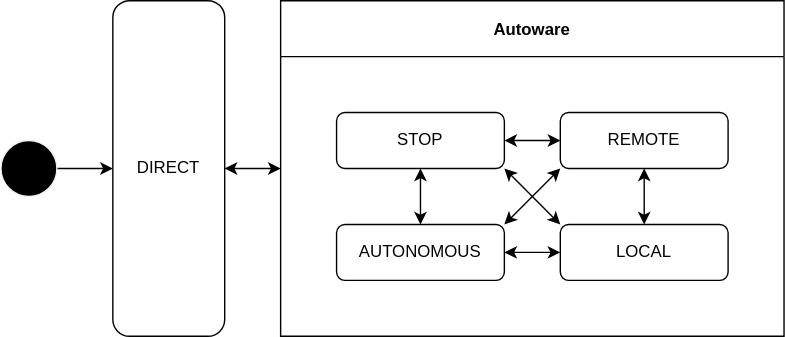
The draw.io diagram docs/design/autoware-interfaces/ad-api/features/operation-mode.drawio.svg in tier4/autoware-documentation, before a commit. Source tidied: cells renumbered, new cells last; positions are measured from the earlier drawing's top-left corner, leaving out a move shared by most shapes. Its diagram source:
```xml
<mxGraphModel>
  <root>
    <mxCell id="0" />
    <mxCell id="1" parent="0" />
    <mxCell id="2" style="edgeStyle=orthogonalEdgeStyle;rounded=0;jettySize=auto;html=1;" parent="1" edge="1" source="3" target="5">
      <mxGeometry relative="1" as="geometry" />
    </mxCell>
    <mxCell id="3" style="shape=ellipse;html=1;fillColor=#000000;fontSize=18;fontColor=#ffffff;strokeColor=#F0F0F0;" parent="1" vertex="1">
      <mxGeometry y="100" width="40" height="40" as="geometry" />
    </mxCell>
    <mxCell id="4" style="edgeStyle=none;html=1;entryX=0;entryY=0.5;entryDx=0;entryDy=0;startArrow=classic;startFill=1;" parent="1" edge="1" source="5" target="12">
      <mxGeometry relative="1" as="geometry" />
    </mxCell>
    <mxCell id="5" value="DIRECT" style="rounded=1;whiteSpace=wrap;html=1;" parent="1" vertex="1">
      <mxGeometry x="80" width="80" height="240" as="geometry" />
    </mxCell>
    <mxCell id="6" style="edgeStyle=none;html=1;entryX=1;entryY=0;entryDx=0;entryDy=0;startArrow=classic;startFill=1;exitX=0;exitY=1;exitDx=0;exitDy=0;" parent="1" edge="1" source="7" target="14">
      <mxGeometry relative="1" as="geometry" />
    </mxCell>
    <mxCell id="7" value="&lt;span&gt;REMOTE&lt;/span&gt;" style="rounded=1;whiteSpace=wrap;html=1;" parent="1" vertex="1">
      <mxGeometry x="400" y="80" width="120" height="40" as="geometry" />
    </mxCell>
    <mxCell id="8" style="edgeStyle=none;html=1;startArrow=classic;startFill=1;" parent="1" edge="1" source="11" target="7">
      <mxGeometry relative="1" as="geometry" />
    </mxCell>
    <mxCell id="9" style="edgeStyle=none;html=1;startArrow=classic;startFill=1;" parent="1" edge="1" source="11" target="14">
      <mxGeometry relative="1" as="geometry" />
    </mxCell>
    <mxCell id="10" style="edgeStyle=none;html=1;entryX=0;entryY=0;entryDx=0;entryDy=0;startArrow=classic;startFill=1;exitX=1;exitY=1;exitDx=0;exitDy=0;" parent="1" edge="1" source="11" target="15">
      <mxGeometry relative="1" as="geometry" />
    </mxCell>
    <mxCell id="11" value="&lt;span&gt;STOP&lt;/span&gt;" style="rounded=1;whiteSpace=wrap;html=1;" parent="1" vertex="1">
      <mxGeometry x="240" y="80" width="120" height="40" as="geometry" />
    </mxCell>
    <mxCell id="12" value="Autoware" style="swimlane;startSize=40;" parent="1" vertex="1">
      <mxGeometry x="200" width="360" height="240" as="geometry" />
    </mxCell>
    <mxCell id="13" style="edgeStyle=none;html=1;startArrow=classic;startFill=1;" parent="12" edge="1" source="14" target="15">
      <mxGeometry relative="1" as="geometry" />
    </mxCell>
    <mxCell id="14" value="AUTONOMOUS" style="rounded=1;whiteSpace=wrap;html=1;" parent="12" vertex="1">
      <mxGeometry x="40" y="160" width="120" height="40" as="geometry" />
    </mxCell>
    <mxCell id="15" value="&lt;span&gt;LOCAL&lt;/span&gt;" style="rounded=1;whiteSpace=wrap;html=1;" parent="12" vertex="1">
      <mxGeometry x="200" y="160" width="120" height="40" as="geometry" />
    </mxCell>
    <mxCell id="16" style="edgeStyle=none;html=1;entryX=0.5;entryY=1;entryDx=0;entryDy=0;startArrow=classic;startFill=1;" parent="1" edge="1" source="15" target="7">
      <mxGeometry relative="1" as="geometry" />
    </mxCell>
  </root>
</mxGraphModel>
```
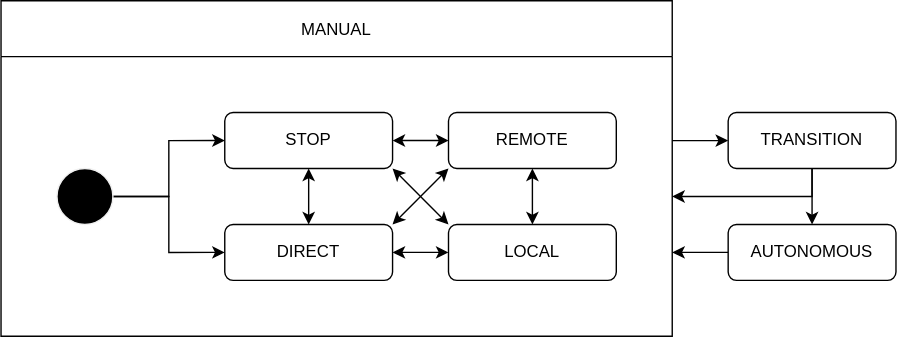
The same file after the commit.

Commit message:
Update operation mode state

Change to the diagram source:
```diff
@@ -2,50 +2,81 @@
   <root>
     <mxCell id="0" />
     <mxCell id="1" parent="0" />
-    <mxCell id="2" style="edgeStyle=orthogonalEdgeStyle;rounded=0;jettySize=auto;html=1;" parent="1" edge="1" source="3" target="5">
+    <mxCell id="2" style="edgeStyle=orthogonalEdgeStyle;rounded=0;jettySize=auto;html=1;entryX=0;entryY=0.5;entryDx=0;entryDy=0;" parent="1" edge="1" source="3" target="11">
       <mxGeometry relative="1" as="geometry" />
     </mxCell>
+    <mxCell id="17" style="edgeStyle=orthogonalEdgeStyle;html=1;entryX=0;entryY=0.5;entryDx=0;entryDy=0;rounded=0;" parent="1" edge="1" source="3" target="5">
+      <mxGeometry relative="1" as="geometry" />
+    </mxCell>
     <mxCell id="3" style="shape=ellipse;html=1;fillColor=#000000;fontSize=18;fontColor=#ffffff;strokeColor=#F0F0F0;" parent="1" vertex="1">
-      <mxGeometry y="100" width="40" height="40" as="geometry" />
+      <mxGeometry x="120" y="120" width="40" height="40" as="geometry" />
     </mxCell>
-    <mxCell id="4" style="edgeStyle=none;html=1;entryX=0;entryY=0.5;entryDx=0;entryDy=0;startArrow=classic;startFill=1;" parent="1" edge="1" source="5" target="12">
-      <mxGeometry relative="1" as="geometry" />
-    </mxCell>
-    <mxCell id="5" value="DIRECT" style="rounded=1;whiteSpace=wrap;html=1;" parent="1" vertex="1">
-      <mxGeometry x="80" width="80" height="240" as="geometry" />
-    </mxCell>
-    <mxCell id="6" style="edgeStyle=none;html=1;entryX=1;entryY=0;entryDx=0;entryDy=0;startArrow=classic;startFill=1;exitX=0;exitY=1;exitDx=0;exitDy=0;" parent="1" edge="1" source="7" target="14">
-      <mxGeometry relative="1" as="geometry" />
-    </mxCell>
+    <mxCell id="18" style="edgeStyle=none;html=1;entryX=1;entryY=0;entryDx=0;entryDy=0;startArrow=classic;startFill=1;exitX=0;exitY=1;exitDx=0;exitDy=0;" parent="1" edge="1" source="7">
+      <mxGeometry relative="1" as="geometry">
+        <mxPoint x="360" y="160" as="targetPoint" />
+      </mxGeometry>
+    </mxCell>
     <mxCell id="7" value="&lt;span&gt;REMOTE&lt;/span&gt;" style="rounded=1;whiteSpace=wrap;html=1;" parent="1" vertex="1">
       <mxGeometry x="400" y="80" width="120" height="40" as="geometry" />
     </mxCell>
     <mxCell id="8" style="edgeStyle=none;html=1;startArrow=classic;startFill=1;" parent="1" edge="1" source="11" target="7">
       <mxGeometry relative="1" as="geometry" />
     </mxCell>
-    <mxCell id="9" style="edgeStyle=none;html=1;startArrow=classic;startFill=1;" parent="1" edge="1" source="11" target="14">
-      <mxGeometry relative="1" as="geometry" />
-    </mxCell>
+    <mxCell id="19" style="edgeStyle=none;html=1;startArrow=classic;startFill=1;" parent="1" edge="1" source="11">
+      <mxGeometry relative="1" as="geometry">
+        <mxPoint x="300" y="160" as="targetPoint" />
+      </mxGeometry>
+    </mxCell>
     <mxCell id="10" style="edgeStyle=none;html=1;entryX=0;entryY=0;entryDx=0;entryDy=0;startArrow=classic;startFill=1;exitX=1;exitY=1;exitDx=0;exitDy=0;" parent="1" edge="1" source="11" target="15">
       <mxGeometry relative="1" as="geometry" />
     </mxCell>
     <mxCell id="11" value="&lt;span&gt;STOP&lt;/span&gt;" style="rounded=1;whiteSpace=wrap;html=1;" parent="1" vertex="1">
       <mxGeometry x="240" y="80" width="120" height="40" as="geometry" />
     </mxCell>
-    <mxCell id="12" value="Autoware" style="swimlane;startSize=40;" parent="1" vertex="1">
-      <mxGeometry x="200" width="360" height="240" as="geometry" />
-    </mxCell>
-    <mxCell id="13" style="edgeStyle=none;html=1;startArrow=classic;startFill=1;" parent="12" edge="1" source="14" target="15">
-      <mxGeometry relative="1" as="geometry" />
-    </mxCell>
-    <mxCell id="14" value="AUTONOMOUS" style="rounded=1;whiteSpace=wrap;html=1;" parent="12" vertex="1">
-      <mxGeometry x="40" y="160" width="120" height="40" as="geometry" />
-    </mxCell>
+    <mxCell id="20" style="edgeStyle=none;html=1;startArrow=classic;startFill=1;" parent="1" edge="1" target="15">
+      <mxGeometry relative="1" as="geometry">
+        <mxPoint x="360" y="180" as="sourcePoint" />
+      </mxGeometry>
+    </mxCell>
-    <mxCell id="15" value="&lt;span&gt;LOCAL&lt;/span&gt;" style="rounded=1;whiteSpace=wrap;html=1;" parent="12" vertex="1">
-      <mxGeometry x="200" y="160" width="120" height="40" as="geometry" />
+    <mxCell id="15" value="&lt;span&gt;LOCAL&lt;/span&gt;" style="rounded=1;whiteSpace=wrap;html=1;" parent="1" vertex="1">
+      <mxGeometry x="400" y="160" width="120" height="40" as="geometry" />
     </mxCell>
     <mxCell id="16" style="edgeStyle=none;html=1;entryX=0.5;entryY=1;entryDx=0;entryDy=0;startArrow=classic;startFill=1;" parent="1" edge="1" source="15" target="7">
       <mxGeometry relative="1" as="geometry" />
     </mxCell>
+    <mxCell id="21" style="edgeStyle=orthogonalEdgeStyle;rounded=0;html=1;" parent="1" edge="1" source="23" target="14">
+      <mxGeometry relative="1" as="geometry" />
+    </mxCell>
+    <mxCell id="22" style="edgeStyle=orthogonalEdgeStyle;rounded=0;html=1;" parent="1" edge="1" source="23">
+      <mxGeometry relative="1" as="geometry">
+        <mxPoint x="560" y="140" as="targetPoint" />
+        <Array as="points">
+          <mxPoint x="660" y="140" />
+        </Array>
+      </mxGeometry>
+    </mxCell>
+    <mxCell id="23" value="TRANSITION" style="rounded=1;whiteSpace=wrap;html=1;" parent="1" vertex="1">
+      <mxGeometry x="600" y="80" width="120" height="40" as="geometry" />
+    </mxCell>
+    <mxCell id="24" style="edgeStyle=orthogonalEdgeStyle;rounded=0;html=1;entryX=1;entryY=0.75;entryDx=0;entryDy=0;" parent="1" edge="1" source="14" target="26">
+      <mxGeometry relative="1" as="geometry" />
+    </mxCell>
+    <mxCell id="14" value="AUTONOMOUS" style="rounded=1;whiteSpace=wrap;html=1;" parent="1" vertex="1">
+      <mxGeometry x="600" y="160" width="120" height="40" as="geometry" />
+    </mxCell>
+    <mxCell id="5" value="DIRECT" style="rounded=1;whiteSpace=wrap;html=1;" parent="1" vertex="1">
+      <mxGeometry x="240" y="160" width="120" height="40" as="geometry" />
+    </mxCell>
+    <mxCell id="25" style="edgeStyle=orthogonalEdgeStyle;rounded=0;html=1;" parent="1" edge="1" source="26" target="23">
+      <mxGeometry relative="1" as="geometry">
+        <Array as="points">
+          <mxPoint x="580" y="100" />
+          <mxPoint x="580" y="100" />
+        </Array>
+      </mxGeometry>
+    </mxCell>
+    <mxCell id="26" value="MANUAL" style="swimlane;startSize=40;fontStyle=0;" parent="1" vertex="1">
+      <mxGeometry x="80" width="480" height="240" as="geometry" />
+    </mxCell>
   </root>
 </mxGraphModel>
```
